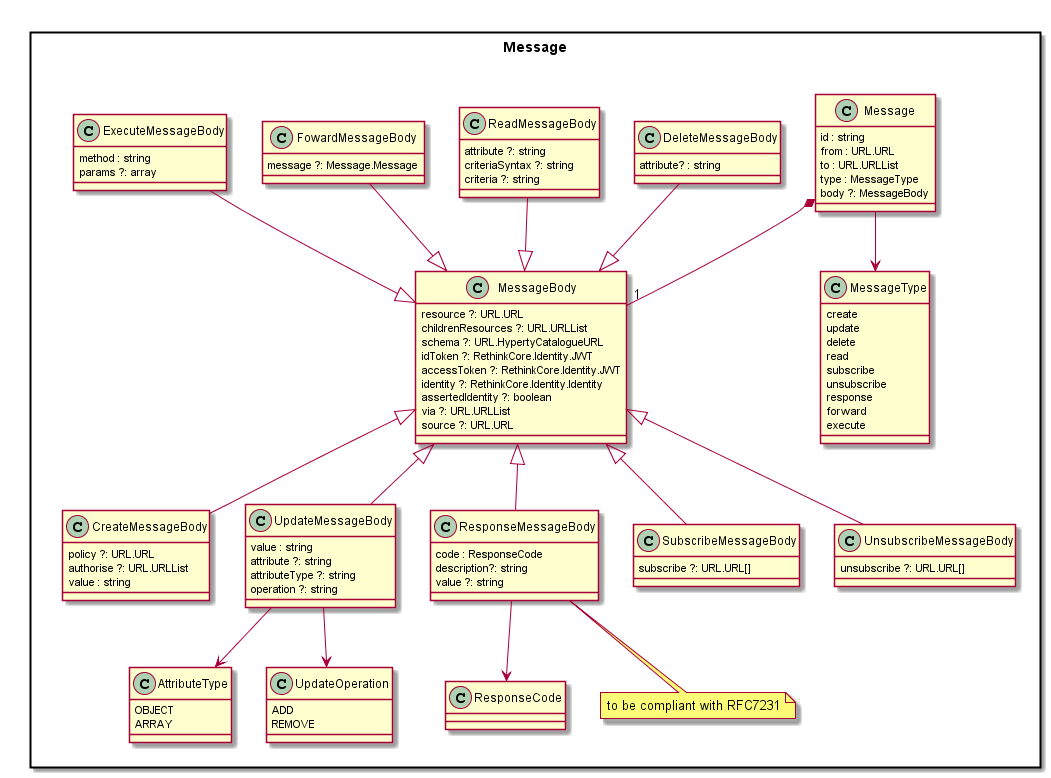
The PlantUML diagram docs/datamodel/core/message/Message-Data-Model.png in reTHINK-project/dev-service-framework, before a commit.
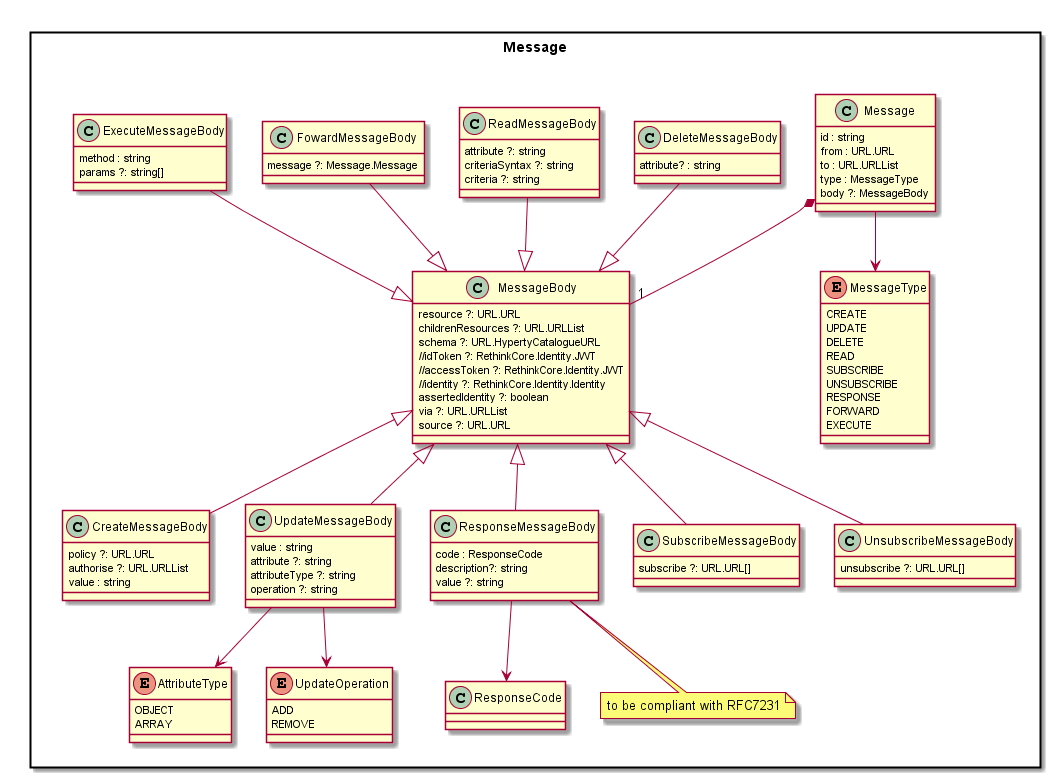
The same diagram one commit later.

What changed in the source:
```diff
@@ -14,9 +14,9 @@
 		resource ?: URL.URL
 		childrenResources ?: URL.URLList
 		schema ?: URL.HypertyCatalogueURL
-		idToken ?: RethinkCore.Identity.JWT
-		accessToken ?: RethinkCore.Identity.JWT
-		identity ?: RethinkCore.Identity.Identity
+		//idToken ?: RethinkCore.Identity.JWT
+		//accessToken ?: RethinkCore.Identity.JWT
+		//identity ?: RethinkCore.Identity.Identity
 		assertedIdentity ?: boolean
 		via ?: URL.URLList
 		source ?: URL.URL
@@ -69,27 +69,27 @@
 
 	class ExecuteMessageBody {
 		method : string
-		params ?: array
+		params ?: string[]
 	}
 
-	class MessageType {
-			create
-			update
-			delete
-			read
-			subscribe
-			unsubscribe
-			response
-			forward
-			execute
+	enum MessageType {
+		CREATE
+		UPDATE
+		DELETE
+		READ
+		SUBSCRIBE
+		UNSUBSCRIBE
+		RESPONSE
+		FORWARD
+		EXECUTE
 	}
 
-	class AttributeType {
+	enum AttributeType {
 	  	OBJECT
 	  	ARRAY
 	}
 
-	class UpdateOperation {
+	enum UpdateOperation {
 	  	ADD
 	  	REMOVE
 	}
```
